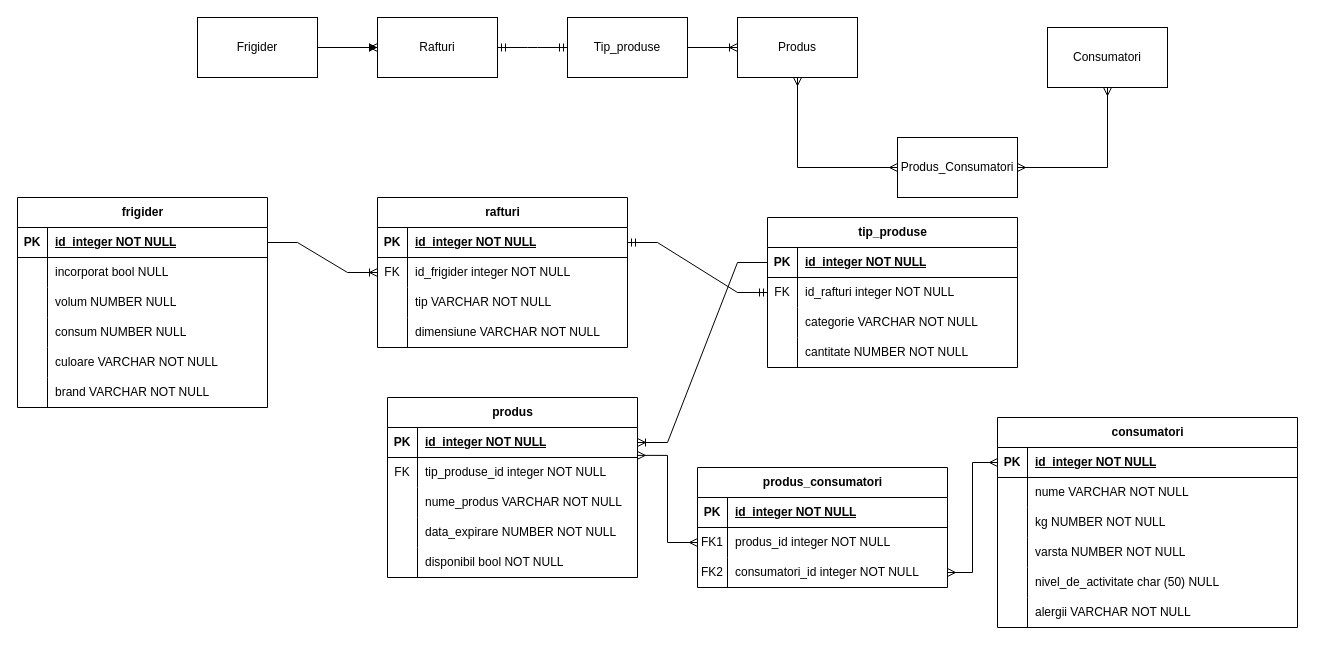
Above: frigider.drawio in Fabbye3737/modelare_db (draw.io), before the change. Source tidied: cells renumbered, new cells numbered last; positions are measured from the earlier drawing's top-left corner, leaving out a move shared by most shapes. Both pictures are drawn from the tidied source at 100%, with x=0, y=0 at pixel (17, 17).
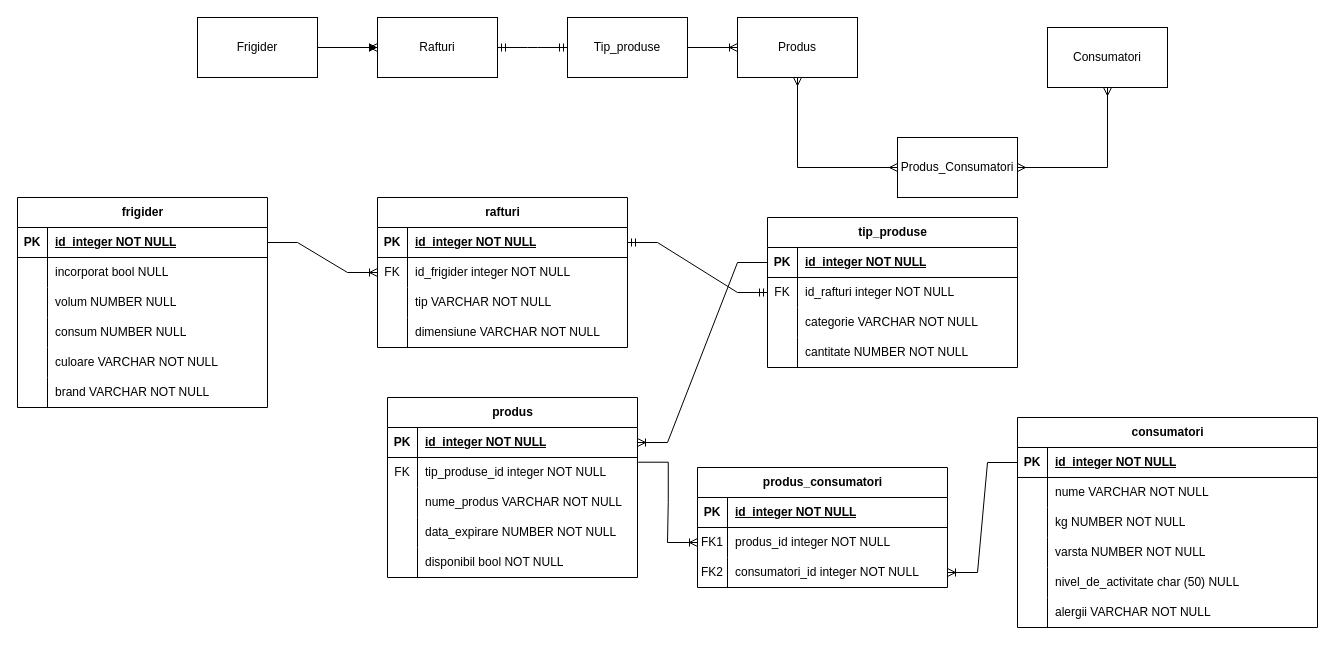
The same diagram, later.

The change refers to these unchanged cells:
```xml
<mxCell id="60" style="shape=tableRow;horizontal=0;startSize=0;swimlaneHead=0;swimlaneBody=0;fillColor=none;points=[[0,0.5],[1,0.5]];portConstraint=eastwest;top=0;left=0;right=0;bottom=1;" parent="59" vertex="1">
  <mxGeometry y="30" width="250" height="30" as="geometry" />
</mxCell>
<mxCell id="63" style="shape=tableRow;horizontal=0;startSize=0;swimlaneHead=0;swimlaneBody=0;fillColor=none;points=[[0,0.5],[1,0.5]];portConstraint=eastwest;top=0;left=0;right=0;bottom=0;" parent="59" vertex="1">
  <mxGeometry y="60" width="250" height="30" as="geometry" />
</mxCell>
<mxCell id="79" style="shape=tableRow;horizontal=0;startSize=0;swimlaneHead=0;swimlaneBody=0;fillColor=none;points=[[0,0.5],[1,0.5]];portConstraint=eastwest;top=0;left=0;right=0;bottom=0;" parent="75" vertex="1">
  <mxGeometry y="60" width="250" height="30" as="geometry" />
</mxCell>
<mxCell id="82" style="shape=tableRow;horizontal=0;startSize=0;swimlaneHead=0;swimlaneBody=0;fillColor=none;points=[[0,0.5],[1,0.5]];portConstraint=eastwest;top=0;left=0;right=0;bottom=0;" parent="75" vertex="1">
  <mxGeometry y="90" width="250" height="30" as="geometry" />
</mxCell>
<mxCell id="86" style="shape=tableRow;horizontal=0;startSize=0;swimlaneHead=0;swimlaneBody=0;fillColor=none;points=[[0,0.5],[1,0.5]];portConstraint=eastwest;top=0;left=0;right=0;bottom=1;" parent="85" vertex="1">
  <mxGeometry y="30" width="300" height="30" as="geometry" />
</mxCell>
```

Change to the diagram source:
```diff
@@
     <mxCell id="85" value="consumatori" style="shape=table;startSize=30;childLayout=tableLayout;rowLines=0;fontStyle=1;align=center;html=1;" parent="1" vertex="1">
-      <mxGeometry x="980" y="400" width="300" height="210" as="geometry" />
+      <mxGeometry x="1000" y="400" width="300" height="210" as="geometry" />
     </mxCell>
@@
-    <mxCell id="107" style="fontSize=12;html=1;endArrow=ERmany;startArrow=ERmany;rounded=0;entryX=0;entryY=0.5;entryDx=0;entryDy=0;exitX=0.999;exitY=0.929;exitDx=0;exitDy=0;edgeStyle=orthogonalEdgeStyle;exitPerimeter=0;" parent="1" edge="1" source="60" target="79">
-      <mxGeometry relative="1" as="geometry" />
-    </mxCell>
+    <mxCell id="109" style="edgeStyle=entityRelationEdgeStyle;fontSize=12;html=1;endArrow=ERoneToMany;rounded=0;entryX=0;entryY=0.5;entryDx=0;entryDy=0;exitX=1.003;exitY=0.157;exitDx=0;exitDy=0;exitPerimeter=0;" parent="1" edge="1" source="63" target="79">
+      <mxGeometry relative="1" as="geometry" />
+    </mxCell>
-    <mxCell id="108" style="fontSize=12;html=1;endArrow=ERmany;startArrow=ERmany;rounded=0;entryX=1;entryY=0.5;entryDx=0;entryDy=0;exitX=0;exitY=0.5;exitDx=0;exitDy=0;edgeStyle=orthogonalEdgeStyle;" parent="1" edge="1" source="86" target="82">
+    <mxCell id="108" style="edgeStyle=entityRelationEdgeStyle;fontSize=12;html=1;endArrow=ERoneToMany;rounded=0;entryX=1;entryY=0.5;entryDx=0;entryDy=0;exitX=0;exitY=0.5;exitDx=0;exitDy=0;" parent="1" edge="1" source="86" target="82">
       <mxGeometry relative="1" as="geometry" />
     </mxCell>
```
